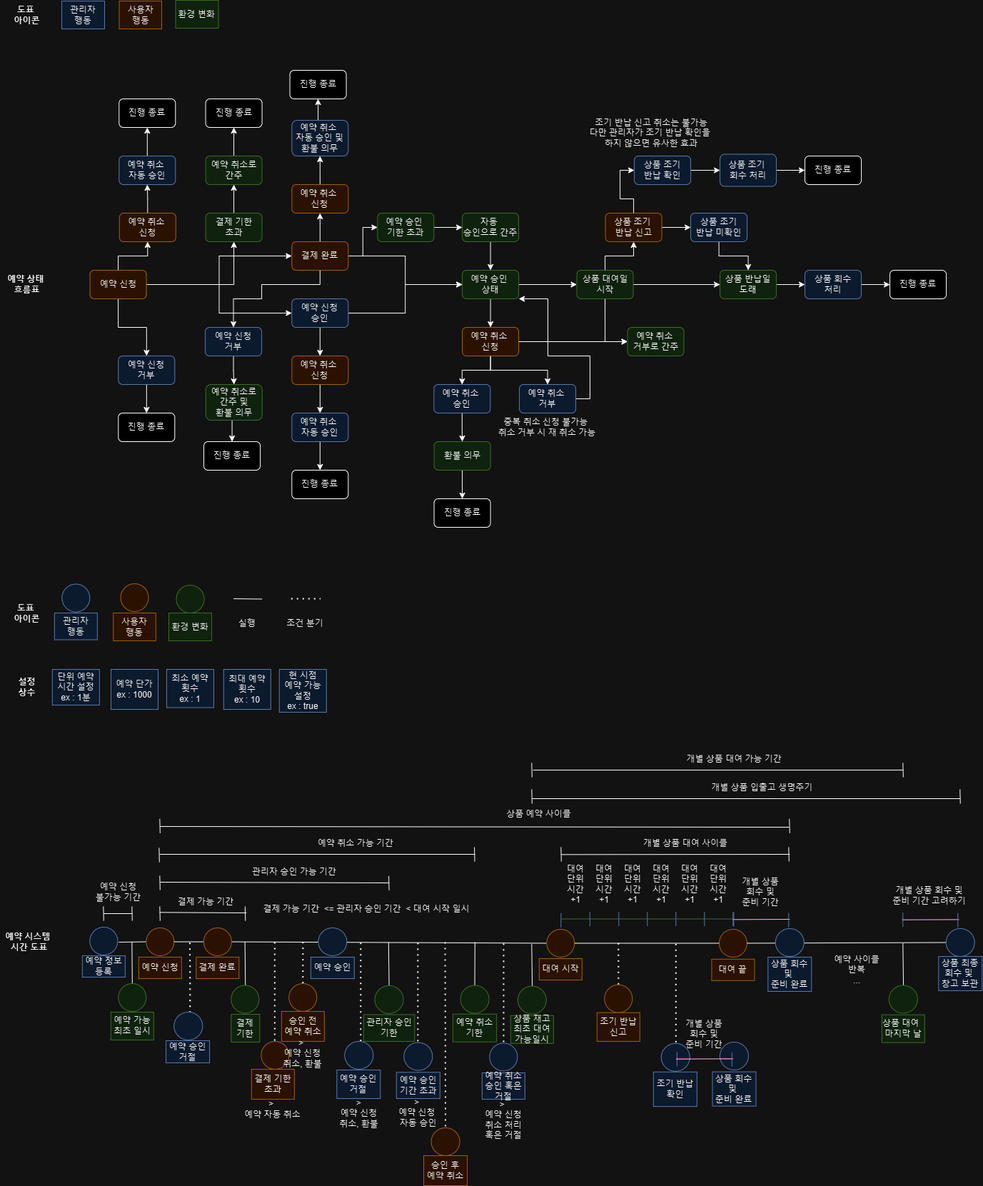
RaillyLinker/Kotlin_SpringbootMvc_Template keeps this draw.io diagram as module-service-rental-reservation/external_files/logic/Reservation.drawio.png. Above is the earlier version. Source tidied: cells renumbered, new cells last; positions are measured from the earlier drawing's top-left corner, leaving out a move shared by most shapes.
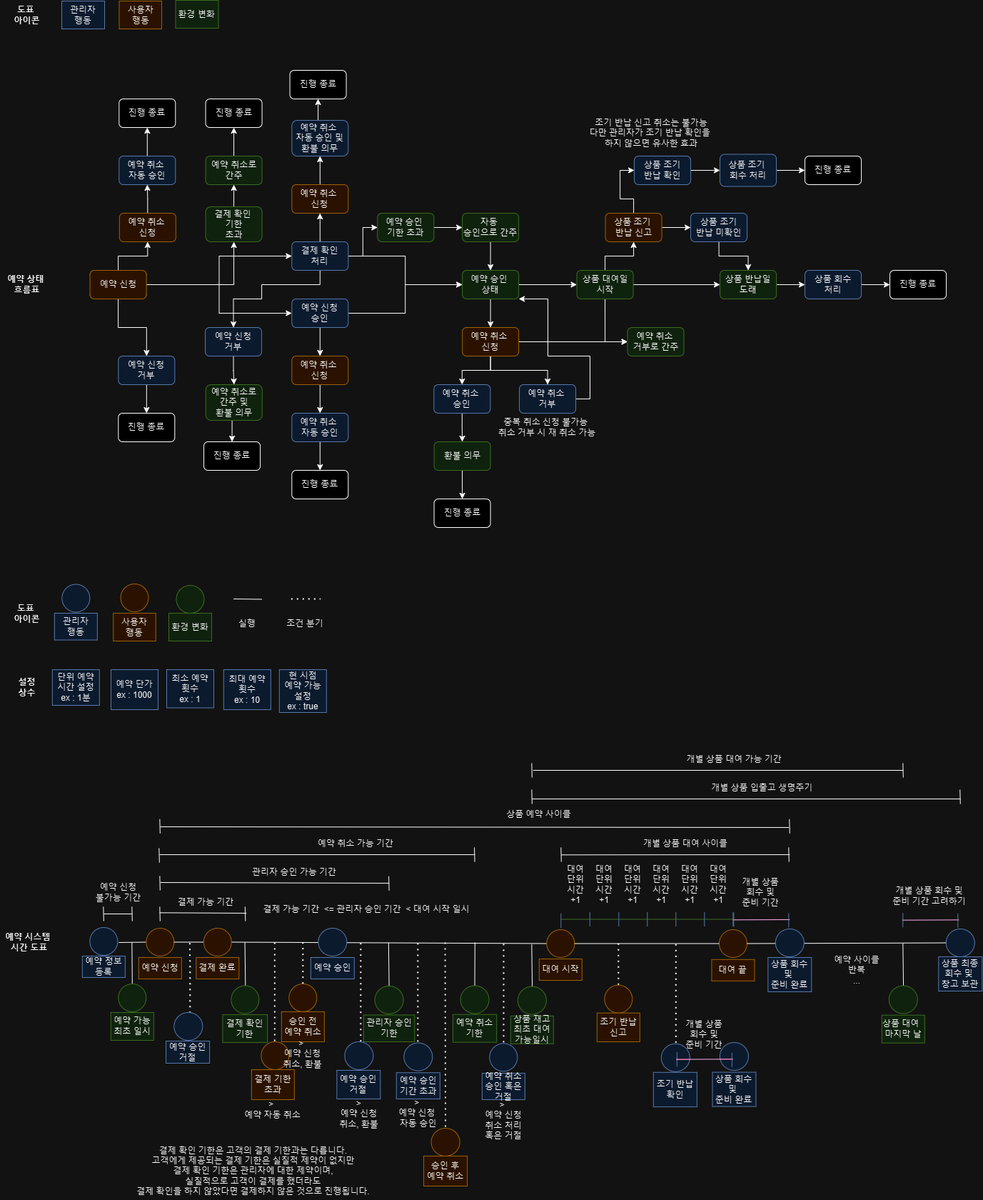
The same diagram one commit later.

What changed in the source:
```diff
@@ -51,8 +51,8 @@
     <mxCell id="15" style="ellipse;whiteSpace=wrap;html=1;fillColor=#d5e8d4;strokeColor=#82b366;" parent="1" vertex="1">
       <mxGeometry x="323.3" y="1379.5" width="39" height="39" as="geometry" />
     </mxCell>
-    <mxCell id="16" value="결제&lt;div&gt;기한&lt;/div&gt;" style="text;html=1;align=center;verticalAlign=middle;whiteSpace=wrap;rounded=0;fillColor=#d5e8d4;strokeColor=#82b366;" parent="1" vertex="1">
-      <mxGeometry x="323.3" y="1420" width="40" height="39" as="geometry" />
+    <mxCell id="16" value="결제 확인&lt;div&gt;기한&lt;/div&gt;" style="text;html=1;align=center;verticalAlign=middle;whiteSpace=wrap;rounded=0;fillColor=#d5e8d4;strokeColor=#82b366;" parent="1" vertex="1">
+      <mxGeometry x="311.5" y="1420" width="62.7" height="39" as="geometry" />
     </mxCell>
     <mxCell id="17" value="예약 정보&lt;div&gt;등록&lt;/div&gt;" style="text;html=1;align=center;verticalAlign=middle;whiteSpace=wrap;rounded=0;fillColor=#dae8fc;strokeColor=#6c8ebf;" parent="1" vertex="1">
       <mxGeometry x="114.8" y="1338" width="60" height="30" as="geometry" />
@@ -744,7 +744,7 @@
         </Array>
       </mxGeometry>
     </mxCell>
-    <mxCell id="187" value="결제 완료" style="rounded=1;whiteSpace=wrap;html=1;fillColor=#ffe6cc;strokeColor=#d79b00;" parent="1" vertex="1">
+    <mxCell id="187" value="결제 확인&lt;div&gt;처리&lt;/div&gt;" style="rounded=1;whiteSpace=wrap;html=1;fillColor=#dae8fc;strokeColor=#6c8ebf;" parent="1" vertex="1">
       <mxGeometry x="408.3" y="338" width="79" height="40" as="geometry" />
     </mxCell>
     <mxCell id="188" style="edgeStyle=orthogonalEdgeStyle;rounded=0;jettySize=auto;html=1;exitX=0.5;exitY=0;exitDx=0;exitDy=0;entryX=0.5;entryY=1;entryDx=0;entryDy=0;" parent="1" edge="1" source="189" target="191">
@@ -810,8 +810,8 @@
     <mxCell id="208" style="edgeStyle=orthogonalEdgeStyle;rounded=0;jettySize=auto;html=1;exitX=0.5;exitY=0;exitDx=0;exitDy=0;entryX=0.5;entryY=1;entryDx=0;entryDy=0;" parent="1" edge="1" source="209" target="211">
       <mxGeometry relative="1" as="geometry" />
     </mxCell>
-    <mxCell id="209" value="결제 기한&lt;div&gt;초과&lt;/div&gt;" style="rounded=1;whiteSpace=wrap;html=1;fillColor=#d5e8d4;strokeColor=#82b366;" parent="1" vertex="1">
-      <mxGeometry x="287.6" y="298" width="79" height="40" as="geometry" />
+    <mxCell id="209" value="결제 확인&amp;nbsp;&lt;div&gt;기한&lt;div&gt;초과&lt;/div&gt;&lt;/div&gt;" style="rounded=1;whiteSpace=wrap;html=1;fillColor=#d5e8d4;strokeColor=#82b366;" parent="1" vertex="1">
+      <mxGeometry x="287.6" y="289" width="79" height="49" as="geometry" />
     </mxCell>
     <mxCell id="210" style="edgeStyle=orthogonalEdgeStyle;rounded=0;jettySize=auto;html=1;exitX=0.5;exitY=0;exitDx=0;exitDy=0;entryX=0.5;entryY=1;entryDx=0;entryDy=0;" parent="1" edge="1" source="211" target="212">
       <mxGeometry relative="1" as="geometry" />
@@ -933,5 +933,8 @@
     <mxCell id="244" style="ellipse;whiteSpace=wrap;html=1;fillColor=#d5e8d4;strokeColor=#82b366;" parent="1" vertex="1">
       <mxGeometry x="246.5" y="819" width="39" height="39" as="geometry" />
     </mxCell>
+    <mxCell id="245" value="결제 확인 기한은 고객의 결제 기한과는 다릅니다.&lt;div&gt;고객에게 제공되는 결제 기한은 실질적 제약이 없지만&lt;/div&gt;&lt;div&gt;결제 확인 기한은 관리자에 대한 제약이며,&lt;/div&gt;&lt;div&gt;실질적으로 고객이 결제를 했더라도&lt;/div&gt;&lt;div&gt;결제 확인을 하지 않았다면 결제하지 않은 것으로 진행됩니다.&lt;/div&gt;" style="text;html=1;align=center;verticalAlign=middle;whiteSpace=wrap;rounded=0;" parent="1" vertex="1">
+      <mxGeometry x="181" y="1599" width="347.3" height="80" as="geometry" />
+    </mxCell>
   </root>
 </mxGraphModel>
```
